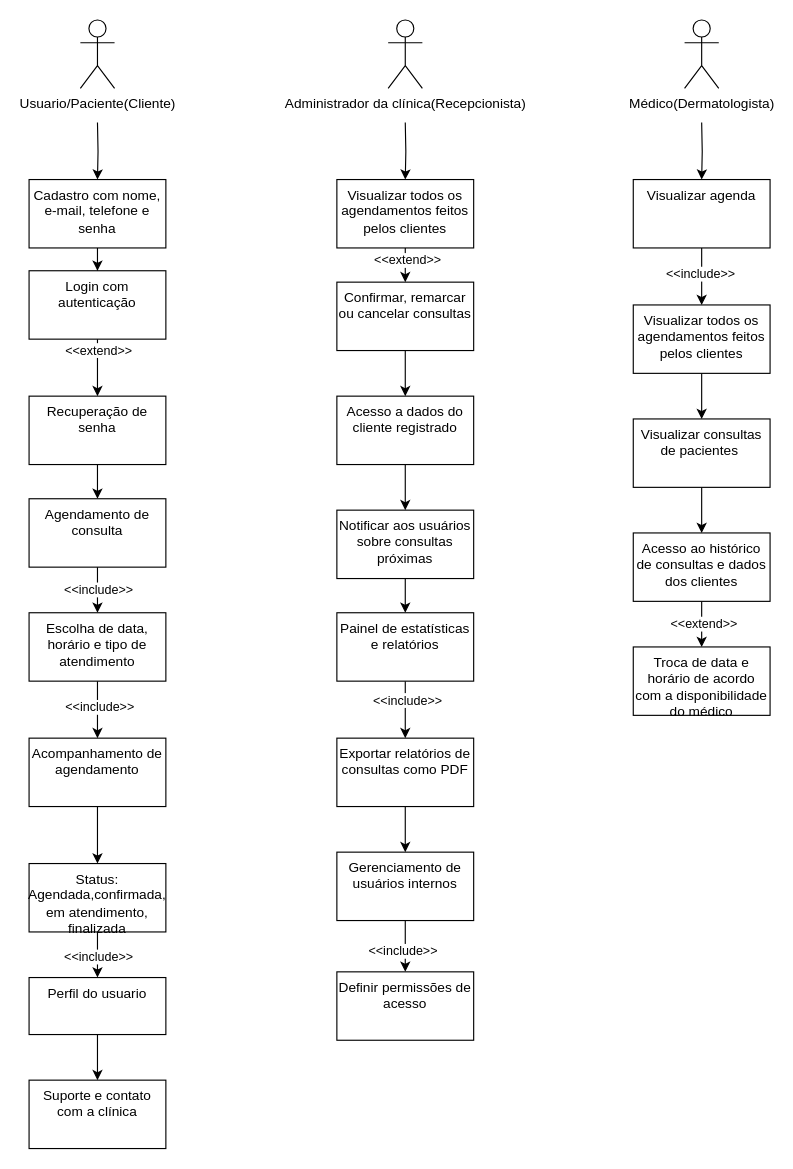
Murilorsrs/Atividade_Modelagem2 keeps this draw.io diagram as Diagrama de uso de clinica médica.drawio. Above is the earlier version. Source tidied: cells renumbered, new cells numbered last; positions are measured from the earlier drawing's top-left corner, leaving out a move shared by most shapes. Both pictures are drawn from the tidied source at 114%, with x=0, y=0 at pixel (28, 19).
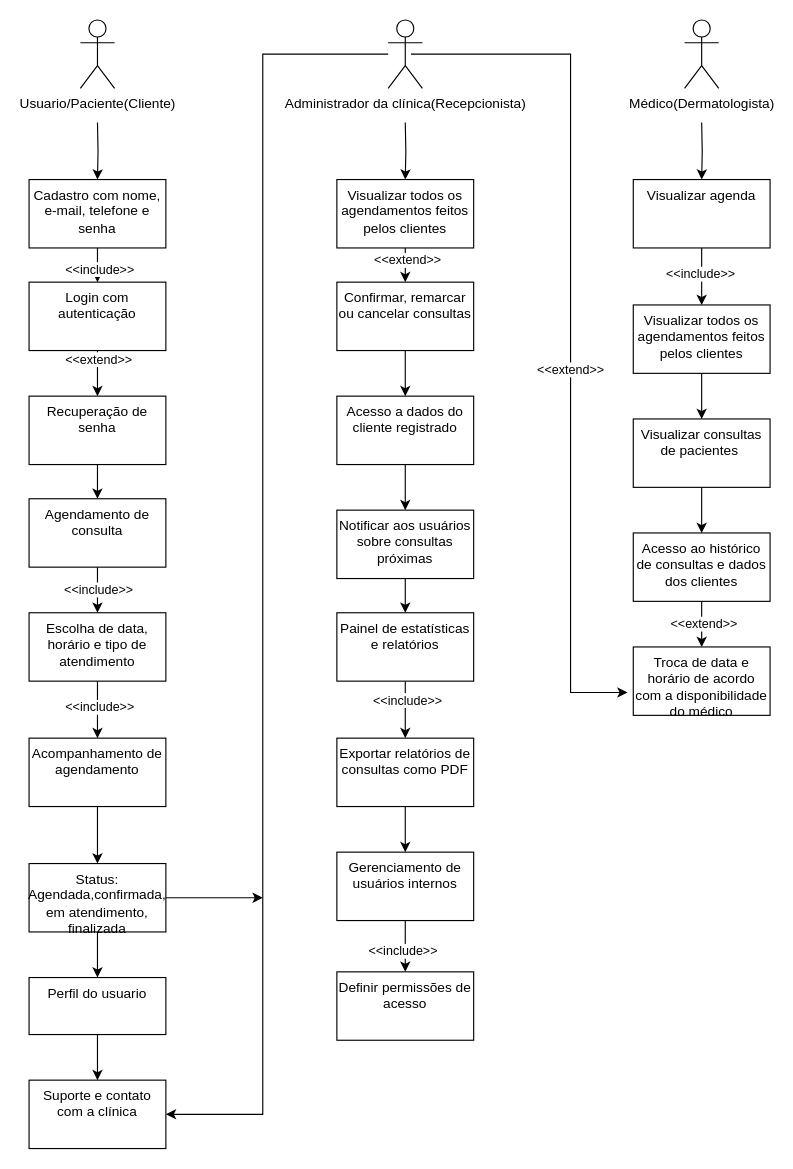
Above is the later version.

Unchanged cells that the change refers to:
```xml
<mxCell id="5" value="Administrador da clínica(Recepcionista)" style="shape=umlActor;verticalLabelPosition=bottom;verticalAlign=top;html=1;outlineConnect=0;" parent="1" vertex="1">
  <mxGeometry x="315" width="30" height="60" as="geometry" />
</mxCell>
<mxCell id="8" style="edgeStyle=orthogonalEdgeStyle;rounded=0;jettySize=auto;html=1;" parent="1" edge="1" source="9" target="12">
  <mxGeometry relative="1" as="geometry" />
</mxCell>
<mxCell id="24" style="edgeStyle=orthogonalEdgeStyle;rounded=0;jettySize=auto;html=1;" parent="1" edge="1" source="26" target="28">
  <mxGeometry relative="1" as="geometry" />
</mxCell>
<mxCell id="26" value="Status: Agendada,confirmada, em atendimento, finalizada" style="whiteSpace=wrap;html=1;verticalAlign=top;" parent="1" vertex="1">
  <mxGeometry y="740" width="120" height="60" as="geometry" />
</mxCell>
<mxCell id="29" value="Suporte e contato com a clínica" style="whiteSpace=wrap;html=1;verticalAlign=top;" parent="1" vertex="1">
  <mxGeometry y="930" width="120" height="60" as="geometry" />
</mxCell>
```

Change to the diagram source:
```diff
@@
+    <mxCell id="59" style="edgeStyle=orthogonalEdgeStyle;rounded=0;jettySize=auto;html=1;entryX=1;entryY=0.5;entryDx=0;entryDy=0;" parent="1" edge="1" source="5" target="29">
+      <mxGeometry relative="1" as="geometry">
+        <Array as="points">
+          <mxPoint x="205" y="30" />
+          <mxPoint x="205" y="960" />
+        </Array>
+      </mxGeometry>
+    </mxCell>
+    <mxCell id="60" style="edgeStyle=orthogonalEdgeStyle;rounded=0;orthogonalLoop=1;jettySize=auto;html=1;exitX=0.5;exitY=0.5;exitDx=0;exitDy=0;exitPerimeter=0;" parent="1" edge="1">
+      <mxGeometry relative="1" as="geometry">
+        <mxPoint x="335" y="30" as="sourcePoint" />
+        <mxPoint x="525" y="590" as="targetPoint" />
+        <Array as="points">
+          <mxPoint x="475" y="30" />
+          <mxPoint x="475" y="590" />
+        </Array>
+      </mxGeometry>
+    </mxCell>
+    <mxCell id="61" value="&amp;lt;&amp;lt;extend&amp;gt;&amp;gt;" style="edgeLabel;html=1;align=center;verticalAlign=middle;" parent="60" vertex="1">
+      <mxGeometry x="0.11" y="-1" relative="1" as="geometry" />
+    </mxCell>
@@
+    <mxCell id="25" value="&amp;lt;&amp;lt;include&amp;gt;&amp;gt;" style="edgeLabel;html=1;align=center;verticalAlign=middle;" parent="8" vertex="1">
+      <mxGeometry x="0.53" y="1" relative="1" as="geometry" />
+    </mxCell>
@@
     <mxCell id="12" value="Login com autenticação" style="whiteSpace=wrap;html=1;verticalAlign=top;" parent="1" vertex="1">
-      <mxGeometry y="220" width="120" height="60" as="geometry" />
+      <mxGeometry y="230" width="120" height="60" as="geometry" />
     </mxCell>
@@
-    <mxCell id="25" value="&amp;lt;&amp;lt;include&amp;gt;&amp;gt;" style="edgeLabel;html=1;align=center;verticalAlign=middle;" parent="24" vertex="1">
-      <mxGeometry x="0.03" relative="1" as="geometry" />
-    </mxCell>
+    <mxCell id="62" style="edgeStyle=orthogonalEdgeStyle;rounded=0;jettySize=auto;html=1;exitX=1;exitY=0.5;exitDx=0;exitDy=0;" parent="1" edge="1" source="26">
+      <mxGeometry relative="1" as="geometry">
+        <mxPoint x="205" y="770" as="targetPoint" />
+      </mxGeometry>
+    </mxCell>
```
